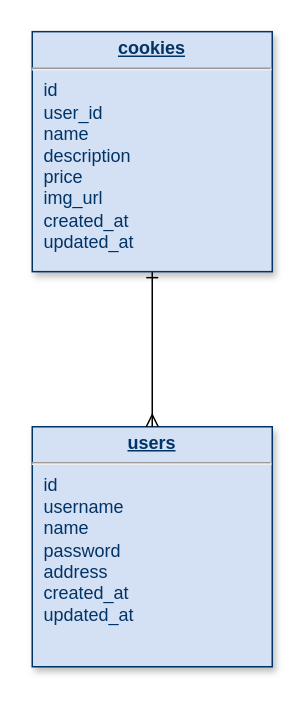
booyouon/cookieshoppe keeps this draw.io diagram as cookie.drawio. Above is the earlier version. Source tidied: cells renumbered, new cells numbered last; positions are measured from the earlier drawing's top-left corner, leaving out a move shared by most shapes. Both pictures are drawn from the tidied source at 150%, with x=0, y=0 at pixel (32, 32).
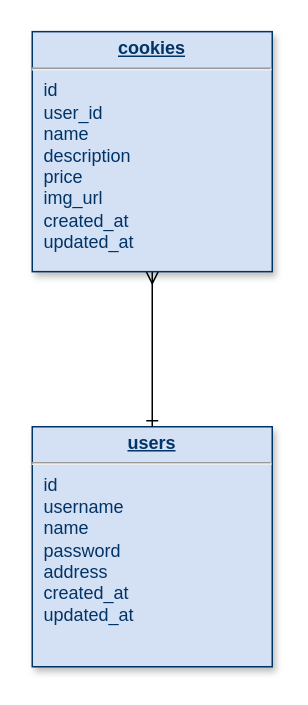
After the change.

What changed in the source:
```diff
@@
 <mxGraphModel>
   <root>
     <mxCell id="0" />
     <mxCell id="1" parent="0" />
     <mxCell id="2" value="&lt;p style=&quot;margin: 0px ; margin-top: 4px ; text-align: center ; text-decoration: underline&quot;&gt;&lt;b&gt;users&lt;/b&gt;&lt;/p&gt;&lt;hr&gt;&lt;p style=&quot;margin: 0px 0px 0px 8px&quot;&gt;id&lt;/p&gt;&lt;p style=&quot;margin: 0px 0px 0px 8px&quot;&gt;username&lt;/p&gt;&lt;p style=&quot;margin: 0px 0px 0px 8px&quot;&gt;name&lt;/p&gt;&lt;p style=&quot;margin: 0px 0px 0px 8px&quot;&gt;password&lt;/p&gt;&lt;p style=&quot;margin: 0px 0px 0px 8px&quot;&gt;address&lt;/p&gt;&lt;p style=&quot;margin: 0px 0px 0px 8px&quot;&gt;created_at&lt;/p&gt;&lt;p style=&quot;margin: 0px 0px 0px 8px&quot;&gt;updated_at&lt;/p&gt;" style="verticalAlign=top;align=left;overflow=fill;fontSize=12;fontFamily=Helvetica;html=1;strokeColor=#003366;shadow=1;fillColor=#D4E1F5;fontColor=#003366;" parent="1" vertex="1">
       <mxGeometry y="263" width="160" height="160" as="geometry" />
     </mxCell>
-    <mxCell id="3" style="edgeStyle=orthogonalEdgeStyle;rounded=0;jettySize=auto;html=1;startArrow=ERone;startFill=0;endArrow=ERmany;endFill=0;" parent="1" edge="1" source="4" target="2">
+    <mxCell id="3" style="edgeStyle=orthogonalEdgeStyle;rounded=0;jettySize=auto;html=1;startArrow=ERmany;startFill=0;endArrow=ERone;endFill=0;" parent="1" edge="1" source="4" target="2">
       <mxGeometry relative="1" as="geometry" />
     </mxCell>
     <mxCell id="4" value="&lt;p style=&quot;margin: 0px ; margin-top: 4px ; text-align: center ; text-decoration: underline&quot;&gt;&lt;b&gt;cookies&lt;/b&gt;&lt;/p&gt;&lt;hr&gt;&lt;p style=&quot;margin: 0px ; margin-left: 8px&quot;&gt;id&lt;/p&gt;&lt;p style=&quot;margin: 0px ; margin-left: 8px&quot;&gt;user_id&lt;/p&gt;&lt;p style=&quot;margin: 0px ; margin-left: 8px&quot;&gt;name&lt;/p&gt;&lt;p style=&quot;margin: 0px ; margin-left: 8px&quot;&gt;description&lt;/p&gt;&lt;p style=&quot;margin: 0px ; margin-left: 8px&quot;&gt;price&lt;/p&gt;&lt;p style=&quot;margin: 0px ; margin-left: 8px&quot;&gt;img_url&lt;/p&gt;&lt;p style=&quot;margin: 0px ; margin-left: 8px&quot;&gt;created_at&lt;/p&gt;&lt;p style=&quot;margin: 0px ; margin-left: 8px&quot;&gt;updated_at&lt;/p&gt;&lt;p style=&quot;margin: 0px ; margin-left: 8px&quot;&gt;&lt;br&gt;&lt;/p&gt;" style="verticalAlign=top;align=left;overflow=fill;fontSize=12;fontFamily=Helvetica;html=1;strokeColor=#003366;shadow=1;fillColor=#D4E1F5;fontColor=#003366;" parent="1" vertex="1">
       <mxGeometry y="-0.4" width="160" height="160" as="geometry" />
     </mxCell>
   </root>
 </mxGraphModel>
```
